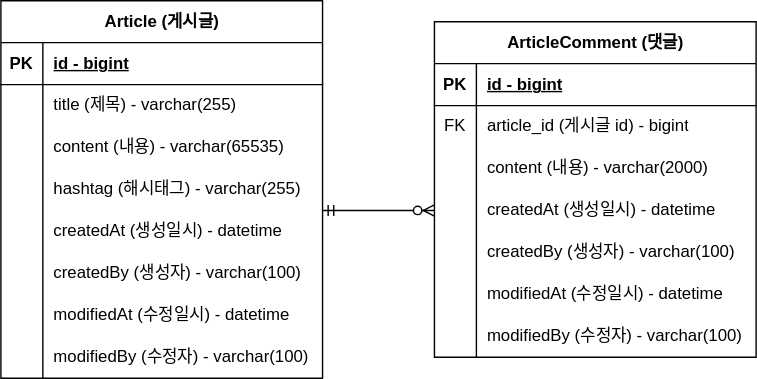
Before: document/project-board-erd.svg, a diagram exported from draw.io (yongbeomj/fastcampus-project-board). Source tidied: cells renumbered, new cells last; positions are measured from the earlier drawing's top-left corner, leaving out a move shared by most shapes.
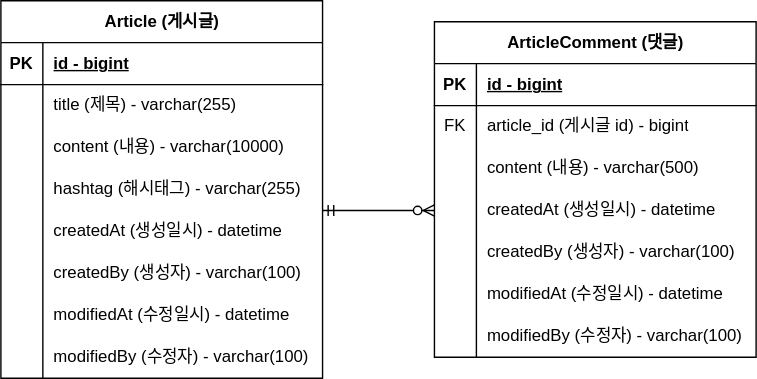
After the change.

Commit message:
#10 - erd 업데이트: content 사이즈 변경

What changed in the source:
```diff
@@ -29,7 +29,7 @@
     <mxCell id="10" style="shape=partialRectangle;fillColor=none;top=0;left=0;bottom=0;right=0;overflow=hidden;whiteSpace=wrap;html=1;" parent="9" vertex="1">
       <mxGeometry width="30" height="30" as="geometry" />
     </mxCell>
-    <mxCell id="11" value="content (내용) - varchar(65535)" style="shape=partialRectangle;fillColor=none;top=0;left=0;bottom=0;right=0;align=left;spacingLeft=6;overflow=hidden;whiteSpace=wrap;html=1;" parent="9" vertex="1">
+    <mxCell id="11" value="content (내용) - varchar(10000)" style="shape=partialRectangle;fillColor=none;top=0;left=0;bottom=0;right=0;align=left;spacingLeft=6;overflow=hidden;whiteSpace=wrap;html=1;" parent="9" vertex="1">
       <mxGeometry x="30" width="200" height="30" as="geometry" />
     </mxCell>
     <mxCell id="12" style="shape=tableRow;horizontal=0;startSize=0;swimlaneHead=0;swimlaneBody=0;fillColor=none;top=0;left=0;right=0;bottom=0;" parent="2" vertex="1">
@@ -110,7 +110,7 @@
     <mxCell id="37" style="shape=partialRectangle;fillColor=none;top=0;left=0;bottom=0;right=0;overflow=hidden;whiteSpace=wrap;html=1;" parent="36" vertex="1">
       <mxGeometry width="30" height="30" as="geometry" />
     </mxCell>
-    <mxCell id="38" value="content (내용) - varchar(2000)" style="shape=partialRectangle;fillColor=none;top=0;left=0;bottom=0;right=0;align=left;spacingLeft=6;overflow=hidden;whiteSpace=wrap;html=1;" parent="36" vertex="1">
+    <mxCell id="38" value="content (내용) - varchar(500)" style="shape=partialRectangle;fillColor=none;top=0;left=0;bottom=0;right=0;align=left;spacingLeft=6;overflow=hidden;whiteSpace=wrap;html=1;" parent="36" vertex="1">
       <mxGeometry x="30" width="200" height="30" as="geometry" />
     </mxCell>
     <mxCell id="39" style="shape=tableRow;horizontal=0;startSize=0;swimlaneHead=0;swimlaneBody=0;fillColor=none;points=[[0,0.5],[1,0.5]];portConstraint=eastwest;top=0;left=0;right=0;bottom=0;" parent="29" vertex="1">
```
